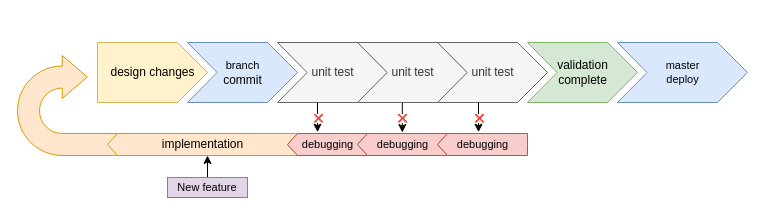
Before: docs/Testing_Flow.drawio in JosiahMendes/MIPS32-T501, a draw.io diagram. Source tidied: cells renumbered, new cells numbered last; positions are measured from the earlier drawing's top-left corner, leaving out a move shared by most shapes. Both pictures are drawn from the tidied source at 100%, with x=0, y=0 at pixel (17, 42).
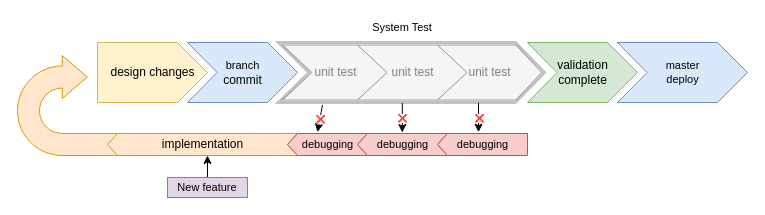
The same page after the edit.

Commit message:
Deployment process overview

Diff of the diagram source:
```diff
@@
     <mxCell id="4" value="unit test" style="html=1;shadow=0;dashed=0;align=center;verticalAlign=middle;shape=mxgraph.arrows2.arrow;dy=0;dx=30;notch=29.57;horizontal=1;fillColor=#f5f5f5;strokeColor=#666666;fontColor=#333333;" parent="1" vertex="1">
-      <mxGeometry x="260" width="110" height="60" as="geometry" />
+      <mxGeometry x="265" y="2.5" width="105" height="55" as="geometry" />
     </mxCell>
@@
     <mxCell id="6" value="unit test" style="html=1;shadow=0;dashed=0;align=center;verticalAlign=middle;shape=mxgraph.arrows2.arrow;dy=0;dx=30;notch=29.57;fillColor=#f5f5f5;strokeColor=#666666;fontColor=#333333;" parent="1" vertex="1">
-      <mxGeometry x="340" width="110" height="60" as="geometry" />
+      <mxGeometry x="340" y="2.5" width="110" height="55" as="geometry" />
     </mxCell>
-    <mxCell id="7" value="unit test" style="html=1;shadow=0;dashed=0;align=center;verticalAlign=middle;shape=mxgraph.arrows2.arrow;dy=0;dx=30;notch=29.57;fillColor=#f5f5f5;strokeColor=#666666;fontColor=#333333;" parent="1" vertex="1">
-      <mxGeometry x="420" width="110" height="60" as="geometry" />
+    <mxCell id="7" value="unit test" style="html=1;shadow=0;dashed=0;align=center;verticalAlign=middle;shape=mxgraph.arrows2.arrow;dy=0;dx=25.57;notch=29.57;fillColor=#f5f5f5;strokeColor=#666666;fontColor=#333333;" parent="1" vertex="1">
+      <mxGeometry x="420" y="2.5" width="104" height="55" as="geometry" />
     </mxCell>
@@
+    <mxCell id="22" style="html=1;shadow=0;dashed=0;align=center;verticalAlign=middle;shape=mxgraph.arrows2.arrow;dy=0;dx=29.14;notch=30.43;horizontal=1;fillColor=#f5f5f5;strokeColor=#666666;fontColor=#333333;opacity=40;strokeWidth=3;" parent="1" vertex="1">
+      <mxGeometry x="261" width="266" height="60" as="geometry" />
+    </mxCell>
+    <mxCell id="23" value="System Test" style="text;html=1;strokeColor=none;fillColor=none;align=center;verticalAlign=middle;whiteSpace=wrap;rounded=0;fontSize=11;opacity=40;" parent="1" vertex="1">
+      <mxGeometry x="345" y="-25" width="80" height="20" as="geometry" />
+    </mxCell>
```
